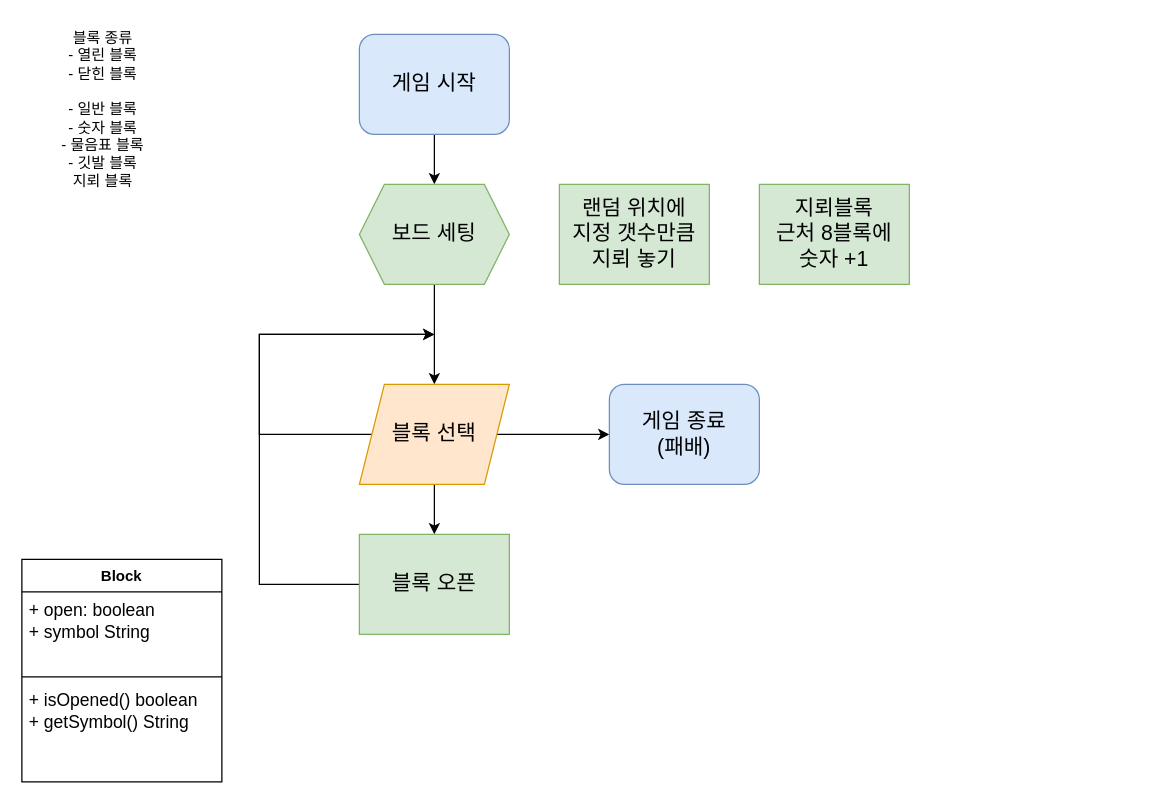
The draw.io diagram minesweaper.drawio in siddltkfkd/minesweaper, before the edit. Source tidied: cells renumbered, new cells numbered last; positions are measured from the earlier drawing's top-left corner, leaving out a move shared by most shapes. Both pictures are drawn from the tidied source at 125%, with x=0, y=0 at pixel (21, 21).
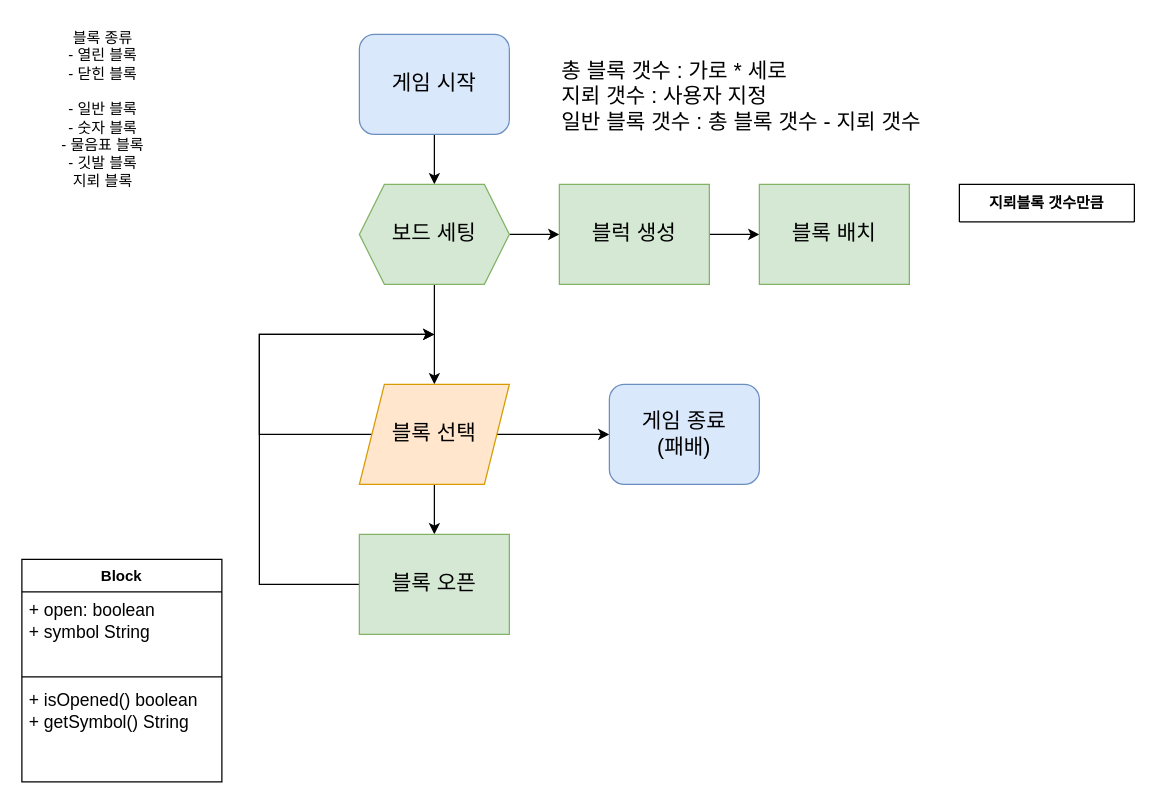
The same diagram, later.

The change refers to these unchanged cells:
```xml
<mxCell id="6" value="보드 세팅" style="shape=hexagon;perimeter=hexagonPerimeter2;whiteSpace=wrap;html=1;fixedSize=1;fontSize=17;fillColor=#d5e8d4;strokeColor=#82b366;" parent="1" vertex="1">
  <mxGeometry x="270" y="130" width="120" height="80" as="geometry" />
</mxCell>
```

What changed in the source:
```diff
@@
+    <mxCell id="20" style="edgeStyle=orthogonalEdgeStyle;rounded=0;jettySize=auto;html=1;exitX=1;exitY=0.5;exitDx=0;exitDy=0;" parent="1" edge="1" source="6" target="7">
+      <mxGeometry relative="1" as="geometry" />
+    </mxCell>
@@
+    <mxCell id="21" style="edgeStyle=orthogonalEdgeStyle;rounded=0;jettySize=auto;html=1;exitX=1;exitY=0.5;exitDx=0;exitDy=0;entryX=0;entryY=0.5;entryDx=0;entryDy=0;" parent="1" edge="1" source="7" target="8">
+      <mxGeometry relative="1" as="geometry" />
+    </mxCell>
-    <mxCell id="7" value="랜덤 위치에&lt;div&gt;지정 갯수만큼&lt;/div&gt;&lt;div&gt;지뢰 놓기&lt;/div&gt;" style="rounded=0;whiteSpace=wrap;html=1;fillColor=#d5e8d4;strokeColor=#82b366;fontSize=17;" parent="1" vertex="1">
+    <mxCell id="7" value="블럭 생성" style="rounded=0;whiteSpace=wrap;html=1;fillColor=#d5e8d4;strokeColor=#82b366;fontSize=17;align=center;" parent="1" vertex="1">
       <mxGeometry x="430" y="130" width="120" height="80" as="geometry" />
     </mxCell>
-    <mxCell id="8" value="지뢰블록&lt;div&gt;근처 8블록에&lt;/div&gt;&lt;div&gt;숫자 +1&lt;/div&gt;" style="rounded=0;whiteSpace=wrap;html=1;fillColor=#d5e8d4;strokeColor=#82b366;fontSize=17;" parent="1" vertex="1">
+    <mxCell id="8" value="블록 배치" style="rounded=0;whiteSpace=wrap;html=1;fillColor=#d5e8d4;strokeColor=#82b366;fontSize=17;" parent="1" vertex="1">
       <mxGeometry x="590" y="130" width="120" height="80" as="geometry" />
     </mxCell>
@@
+    <mxCell id="22" value="&lt;span style=&quot;font-size: 17px;&quot;&gt;총 블록 갯수 : 가로 * 세로&lt;/span&gt;&lt;div style=&quot;font-size: 17px;&quot;&gt;지뢰 갯수 : 사용자 지정&lt;/div&gt;&lt;div style=&quot;font-size: 17px;&quot;&gt;일반 블록 갯수 : 총 블록 갯수 - 지뢰 갯수&lt;/div&gt;" style="text;html=1;align=left;verticalAlign=middle;whiteSpace=wrap;rounded=0;" parent="1" vertex="1">
+      <mxGeometry x="430" y="30" width="370" height="60" as="geometry" />
+    </mxCell>
+    <mxCell id="23" value="지뢰블록 갯수만큼" style="swimlane;whiteSpace=wrap;html=1;startSize=40;" parent="1" vertex="1" collapsed="1">
+      <mxGeometry x="750" y="130" width="140" height="30" as="geometry" />
+    </mxCell>
```
